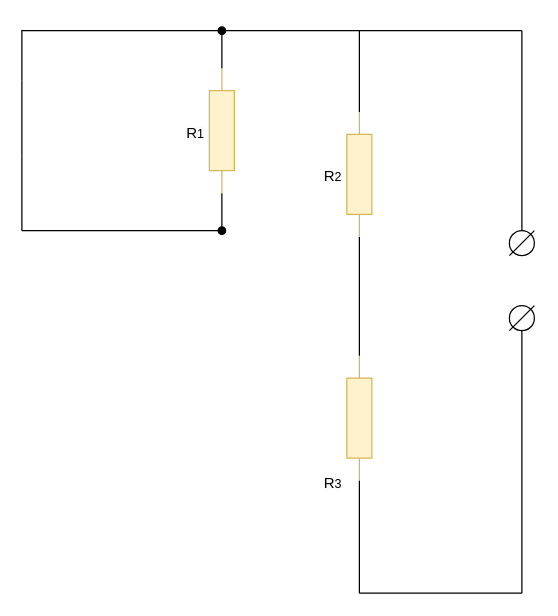
nlrezortiez/eltex_23-24 keeps this draw.io diagram as page "task_calc_resistance" (4 of 4) of lab1/lab1.drawio. Above is the earlier version. Source tidied: cells renumbered, new cells numbered last; positions are measured from the earlier drawing's top-left corner, leaving out a move shared by most shapes. Both pictures are drawn from the tidied source at 125%, with x=0, y=0 at pixel (21, 30).
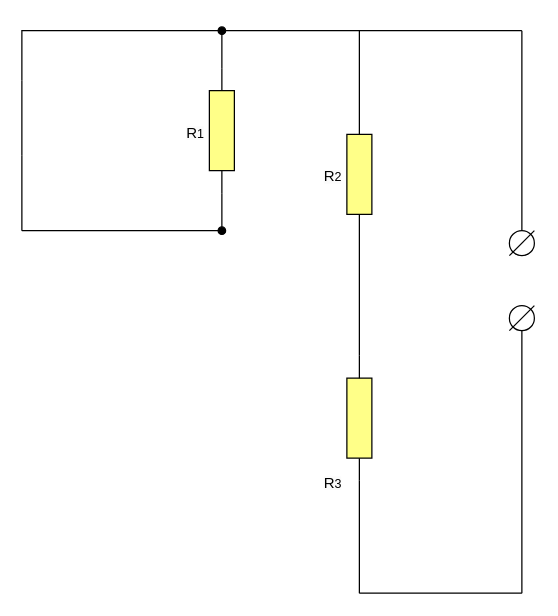
After the change.

The edit, as a diff of the source:
```diff
@@
-    <mxCell id="2" style="verticalLabelPosition=bottom;shadow=0;dashed=0;align=center;html=1;verticalAlign=top;shape=mxgraph.electrical.resistors.resistor_1;direction=south;fillColor=#fff2cc;strokeColor=#d6b656;" parent="1" vertex="1">
+    <mxCell id="2" style="verticalLabelPosition=bottom;shadow=0;dashed=0;align=center;html=1;verticalAlign=top;shape=mxgraph.electrical.resistors.resistor_1;direction=south;fillColor=#ffff88;strokeColor=default;" parent="1" vertex="1">
       <mxGeometry x="260" y="260" width="20" height="100" as="geometry" />
     </mxCell>
@@
-    <mxCell id="4" style="verticalLabelPosition=bottom;shadow=0;dashed=0;align=center;html=1;verticalAlign=top;shape=mxgraph.electrical.resistors.resistor_1;direction=south;fillColor=#fff2cc;strokeColor=#d6b656;" parent="1" vertex="1">
+    <mxCell id="4" style="verticalLabelPosition=bottom;shadow=0;dashed=0;align=center;html=1;verticalAlign=top;shape=mxgraph.electrical.resistors.resistor_1;direction=south;fillColor=#ffff88;strokeColor=default;" parent="1" vertex="1">
       <mxGeometry x="150" y="30" width="20" height="100" as="geometry" />
     </mxCell>
@@
-    <mxCell id="6" style="verticalLabelPosition=bottom;shadow=0;dashed=0;align=center;html=1;verticalAlign=top;shape=mxgraph.electrical.resistors.resistor_1;direction=south;fillColor=#fff2cc;strokeColor=#d6b656;" parent="1" vertex="1">
+    <mxCell id="6" style="verticalLabelPosition=bottom;shadow=0;dashed=0;align=center;html=1;verticalAlign=top;shape=mxgraph.electrical.resistors.resistor_1;direction=south;fillColor=#ffff88;strokeColor=default;" parent="1" vertex="1">
       <mxGeometry x="260" y="65" width="20" height="100" as="geometry" />
     </mxCell>
```
